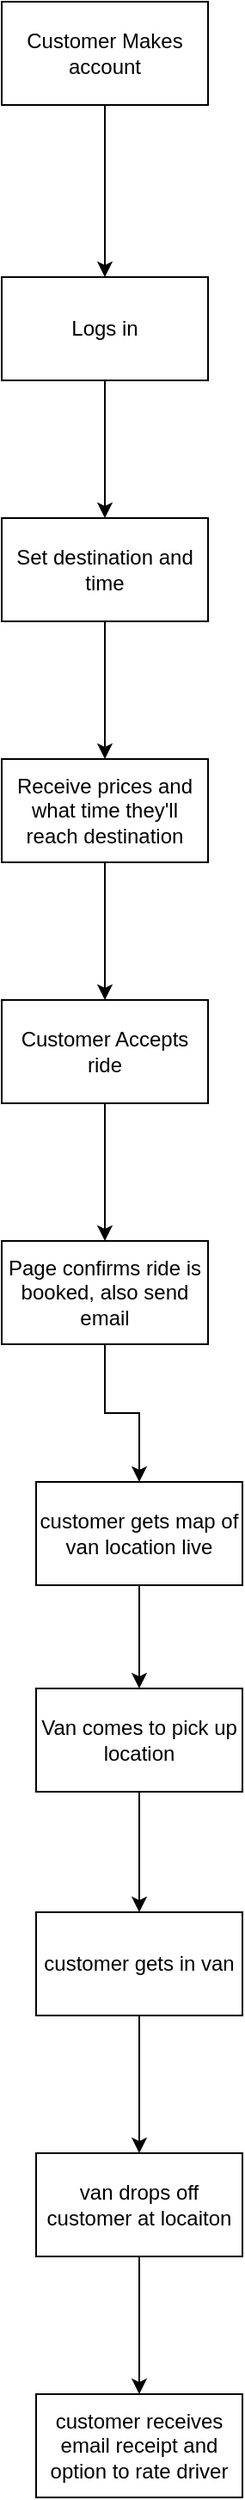
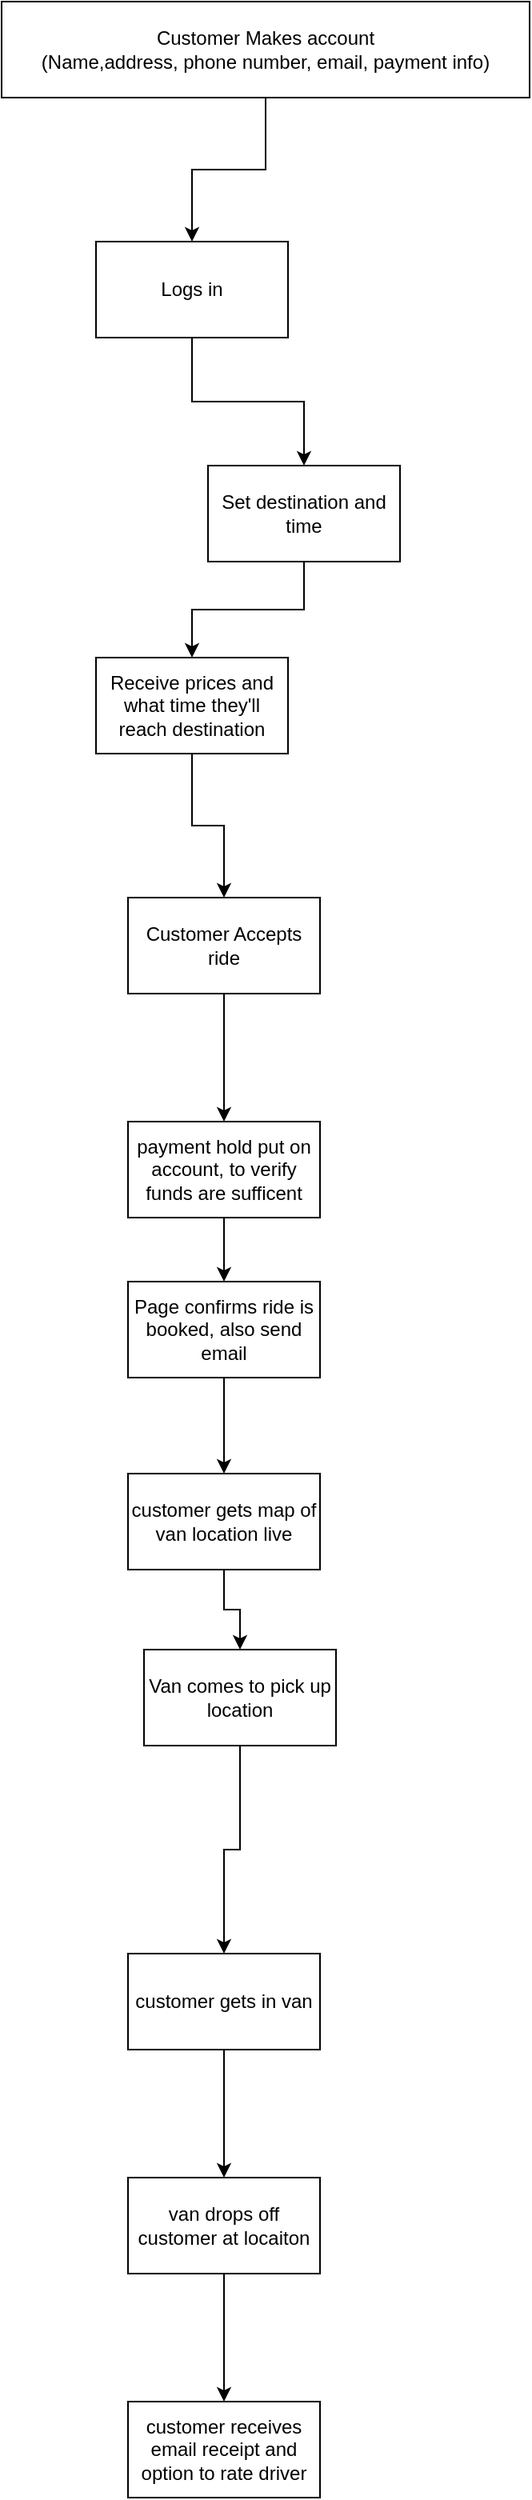
<mxfile host="app.diagrams.net">
  <diagram name="Page-1" id="Bky3vIHkDNee-CK2khSG">
-     <mxGraphModel dx="1171" dy="707" grid="1" gridSize="10" guides="1" tooltips="1" connect="1" arrows="1" fold="1" page="1" pageScale="1" pageWidth="850" pageHeight="1100" math="0" shadow="0">
+     <mxGraphModel dx="867" dy="524" grid="1" gridSize="10" guides="1" tooltips="1" connect="1" arrows="1" fold="1" page="1" pageScale="1" pageWidth="850" pageHeight="1100" math="0" shadow="0">
      <root>
        <mxCell id="0" />
        <mxCell id="1" parent="0" />
        <mxCell id="30ajlJ3EDaKUPWSMpJR4-3" edge="1" parent="1" source="30ajlJ3EDaKUPWSMpJR4-1" style="edgeStyle=orthogonalEdgeStyle;rounded=0;orthogonalLoop=1;jettySize=auto;html=1;" target="30ajlJ3EDaKUPWSMpJR4-2" value="">
          <mxGeometry relative="1" as="geometry" />
        </mxCell>
-         <mxCell id="30ajlJ3EDaKUPWSMpJR4-1" parent="1" style="rounded=0;whiteSpace=wrap;html=1;" value="Customer Makes account" vertex="1">
-           <mxGeometry height="60" width="120" x="30" y="60" as="geometry" />
+         <mxCell id="30ajlJ3EDaKUPWSMpJR4-1" parent="1" style="rounded=0;whiteSpace=wrap;html=1;" value="&lt;div&gt;Customer Makes account&lt;/div&gt;&lt;div&gt;(Name,address, phone number, email, payment info)&lt;/div&gt;" vertex="1">
+           <mxGeometry height="60" width="330" x="181" y="80" as="geometry" />
        </mxCell>
        <mxCell id="30ajlJ3EDaKUPWSMpJR4-7" edge="1" parent="1" source="30ajlJ3EDaKUPWSMpJR4-2" style="edgeStyle=orthogonalEdgeStyle;rounded=0;orthogonalLoop=1;jettySize=auto;html=1;" target="30ajlJ3EDaKUPWSMpJR4-6" value="">
          <mxGeometry relative="1" as="geometry" />
        </mxCell>
        <mxCell id="30ajlJ3EDaKUPWSMpJR4-2" parent="1" style="rounded=0;whiteSpace=wrap;html=1;" value="Logs in" vertex="1">
-           <mxGeometry height="60" width="120" x="30" y="220" as="geometry" />
+           <mxGeometry height="60" width="120" x="240" y="230" as="geometry" />
        </mxCell>
        <mxCell id="30ajlJ3EDaKUPWSMpJR4-9" edge="1" parent="1" source="30ajlJ3EDaKUPWSMpJR4-6" style="edgeStyle=orthogonalEdgeStyle;rounded=0;orthogonalLoop=1;jettySize=auto;html=1;" target="30ajlJ3EDaKUPWSMpJR4-8" value="">
          <mxGeometry relative="1" as="geometry" />
        </mxCell>
        <mxCell id="30ajlJ3EDaKUPWSMpJR4-6" parent="1" style="whiteSpace=wrap;html=1;rounded=0;" value="Set destination and time" vertex="1">
-           <mxGeometry height="60" width="120" x="30" y="360" as="geometry" />
+           <mxGeometry height="60" width="120" x="310" y="370" as="geometry" />
        </mxCell>
        <mxCell id="30ajlJ3EDaKUPWSMpJR4-11" edge="1" parent="1" source="30ajlJ3EDaKUPWSMpJR4-8" style="edgeStyle=orthogonalEdgeStyle;rounded=0;orthogonalLoop=1;jettySize=auto;html=1;" target="30ajlJ3EDaKUPWSMpJR4-10" value="">
          <mxGeometry relative="1" as="geometry" />
        </mxCell>
        <mxCell id="30ajlJ3EDaKUPWSMpJR4-8" parent="1" style="whiteSpace=wrap;html=1;rounded=0;" value="Receive prices and what time they&#39;ll reach destination" vertex="1">
-           <mxGeometry height="60" width="120" x="30" y="500" as="geometry" />
+           <mxGeometry height="60" width="120" x="240" y="490" as="geometry" />
        </mxCell>
-         <mxCell id="30ajlJ3EDaKUPWSMpJR4-28" edge="1" parent="1" source="30ajlJ3EDaKUPWSMpJR4-10" style="edgeStyle=orthogonalEdgeStyle;rounded=0;orthogonalLoop=1;jettySize=auto;html=1;" target="30ajlJ3EDaKUPWSMpJR4-27" value="">
+         <mxCell id="DS2oXUw7azX62f7Z7U9n-2" edge="1" parent="1" source="30ajlJ3EDaKUPWSMpJR4-10" style="edgeStyle=orthogonalEdgeStyle;rounded=0;orthogonalLoop=1;jettySize=auto;html=1;" target="DS2oXUw7azX62f7Z7U9n-1" value="">
          <mxGeometry relative="1" as="geometry" />
        </mxCell>
        <mxCell id="30ajlJ3EDaKUPWSMpJR4-10" parent="1" style="whiteSpace=wrap;html=1;rounded=0;" value="Customer Accepts ride" vertex="1">
-           <mxGeometry height="60" width="120" x="30" y="640" as="geometry" />
+           <mxGeometry height="60" width="120" x="260" y="640" as="geometry" />
        </mxCell>
-         <mxCell id="30ajlJ3EDaKUPWSMpJR4-26" edge="1" parent="1" source="30ajlJ3EDaKUPWSMpJR4-12" style="edgeStyle=orthogonalEdgeStyle;rounded=0;orthogonalLoop=1;jettySize=auto;html=1;exitX=0.5;exitY=1;exitDx=0;exitDy=0;" target="30ajlJ3EDaKUPWSMpJR4-17">
+         <mxCell id="DS2oXUw7azX62f7Z7U9n-8" edge="1" parent="1" source="30ajlJ3EDaKUPWSMpJR4-12" style="edgeStyle=orthogonalEdgeStyle;rounded=0;orthogonalLoop=1;jettySize=auto;html=1;exitX=0.5;exitY=1;exitDx=0;exitDy=0;" target="30ajlJ3EDaKUPWSMpJR4-17">
          <mxGeometry relative="1" as="geometry" />
        </mxCell>
        <mxCell id="30ajlJ3EDaKUPWSMpJR4-12" parent="1" style="whiteSpace=wrap;html=1;rounded=0;" value="customer gets map of van location live" vertex="1">
-           <mxGeometry height="60" width="120" x="50" y="920" as="geometry" />
+           <mxGeometry height="60" width="120" x="260" y="1000" as="geometry" />
        </mxCell>
        <mxCell id="30ajlJ3EDaKUPWSMpJR4-19" edge="1" parent="1" source="30ajlJ3EDaKUPWSMpJR4-17" style="edgeStyle=orthogonalEdgeStyle;rounded=0;orthogonalLoop=1;jettySize=auto;html=1;" target="30ajlJ3EDaKUPWSMpJR4-18" value="">
          <mxGeometry relative="1" as="geometry" />
        </mxCell>
        <mxCell id="30ajlJ3EDaKUPWSMpJR4-17" parent="1" style="rounded=0;whiteSpace=wrap;html=1;" value="Van comes to pick up location" vertex="1">
-           <mxGeometry height="60" width="120" x="50" y="1040" as="geometry" />
+           <mxGeometry height="60" width="120" x="270" y="1110" as="geometry" />
        </mxCell>
        <mxCell id="30ajlJ3EDaKUPWSMpJR4-21" edge="1" parent="1" source="30ajlJ3EDaKUPWSMpJR4-18" style="edgeStyle=orthogonalEdgeStyle;rounded=0;orthogonalLoop=1;jettySize=auto;html=1;" target="30ajlJ3EDaKUPWSMpJR4-20" value="">
          <mxGeometry relative="1" as="geometry" />
        </mxCell>
        <mxCell id="30ajlJ3EDaKUPWSMpJR4-18" parent="1" style="rounded=0;whiteSpace=wrap;html=1;" value="customer gets in van" vertex="1">
-           <mxGeometry height="60" width="120" x="50" y="1170" as="geometry" />
+           <mxGeometry height="60" width="120" x="260" y="1300" as="geometry" />
        </mxCell>
        <mxCell id="30ajlJ3EDaKUPWSMpJR4-23" edge="1" parent="1" source="30ajlJ3EDaKUPWSMpJR4-20" style="edgeStyle=orthogonalEdgeStyle;rounded=0;orthogonalLoop=1;jettySize=auto;html=1;" target="30ajlJ3EDaKUPWSMpJR4-22" value="">
          <mxGeometry relative="1" as="geometry" />
        </mxCell>
        <mxCell id="30ajlJ3EDaKUPWSMpJR4-20" parent="1" style="rounded=0;whiteSpace=wrap;html=1;" value="van drops off customer at locaiton" vertex="1">
-           <mxGeometry height="60" width="120" x="50" y="1310" as="geometry" />
+           <mxGeometry height="60" width="120" x="260" y="1440" as="geometry" />
        </mxCell>
        <mxCell id="30ajlJ3EDaKUPWSMpJR4-22" parent="1" style="rounded=0;whiteSpace=wrap;html=1;" value="customer receives email receipt and option to rate driver" vertex="1">
-           <mxGeometry height="60" width="120" x="50" y="1450" as="geometry" />
+           <mxGeometry height="60" width="120" x="260" y="1580" as="geometry" />
        </mxCell>
-         <mxCell id="30ajlJ3EDaKUPWSMpJR4-31" edge="1" parent="1" source="30ajlJ3EDaKUPWSMpJR4-27" style="edgeStyle=orthogonalEdgeStyle;rounded=0;orthogonalLoop=1;jettySize=auto;html=1;exitX=0.5;exitY=1;exitDx=0;exitDy=0;" target="30ajlJ3EDaKUPWSMpJR4-12">
+         <mxCell id="DS2oXUw7azX62f7Z7U9n-7" edge="1" parent="1" source="30ajlJ3EDaKUPWSMpJR4-27" style="edgeStyle=orthogonalEdgeStyle;rounded=0;orthogonalLoop=1;jettySize=auto;html=1;exitX=0.5;exitY=1;exitDx=0;exitDy=0;entryX=0.5;entryY=0;entryDx=0;entryDy=0;" target="30ajlJ3EDaKUPWSMpJR4-12">
          <mxGeometry relative="1" as="geometry" />
        </mxCell>
        <mxCell id="30ajlJ3EDaKUPWSMpJR4-27" parent="1" style="whiteSpace=wrap;html=1;rounded=0;" value="Page confirms ride is booked, also send email" vertex="1">
-           <mxGeometry height="60" width="120" x="30" y="780" as="geometry" />
+           <mxGeometry height="60" width="120" x="260" y="880" as="geometry" />
+         </mxCell>
+         <mxCell id="DS2oXUw7azX62f7Z7U9n-6" edge="1" parent="1" source="DS2oXUw7azX62f7Z7U9n-1" style="edgeStyle=orthogonalEdgeStyle;rounded=0;orthogonalLoop=1;jettySize=auto;html=1;exitX=0.5;exitY=1;exitDx=0;exitDy=0;entryX=0.5;entryY=0;entryDx=0;entryDy=0;" target="30ajlJ3EDaKUPWSMpJR4-27">
+           <mxGeometry relative="1" as="geometry" />
+         </mxCell>
+         <mxCell id="DS2oXUw7azX62f7Z7U9n-1" parent="1" style="whiteSpace=wrap;html=1;rounded=0;" value="payment hold put on account, to verify funds are sufficent" vertex="1">
+           <mxGeometry height="60" width="120" x="260" y="780" as="geometry" />
        </mxCell>
      </root>
    </mxGraphModel>
  </diagram>
</mxfile>
